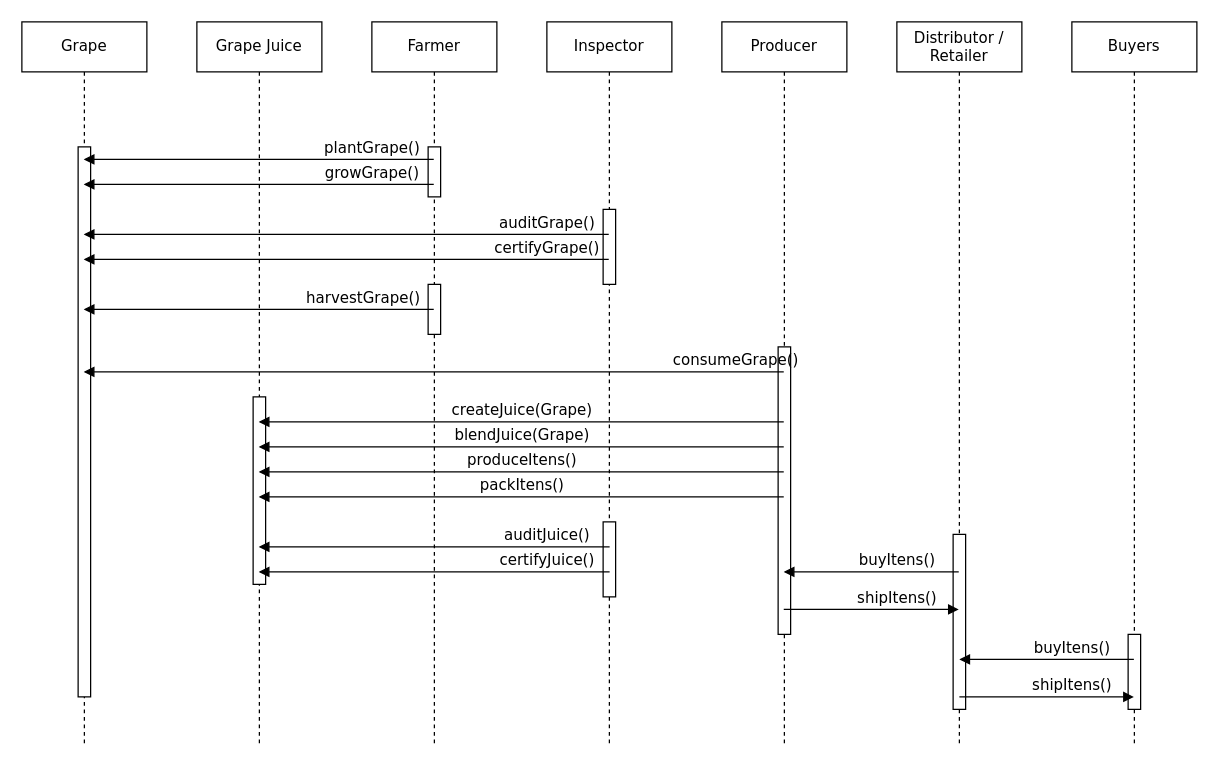
lucribas/udacity-blockchaindev-nanodegree keeps this draw.io diagram as project_3_Dapp_Supply_Chain/docs/uml_sequence.drawio. Above is the earlier version. Source tidied: cells renumbered, new cells numbered last; positions are measured from the earlier drawing's top-left corner, leaving out a move shared by most shapes. Both pictures are drawn from the tidied source at 125%, with x=0, y=0 at pixel (21, 21).
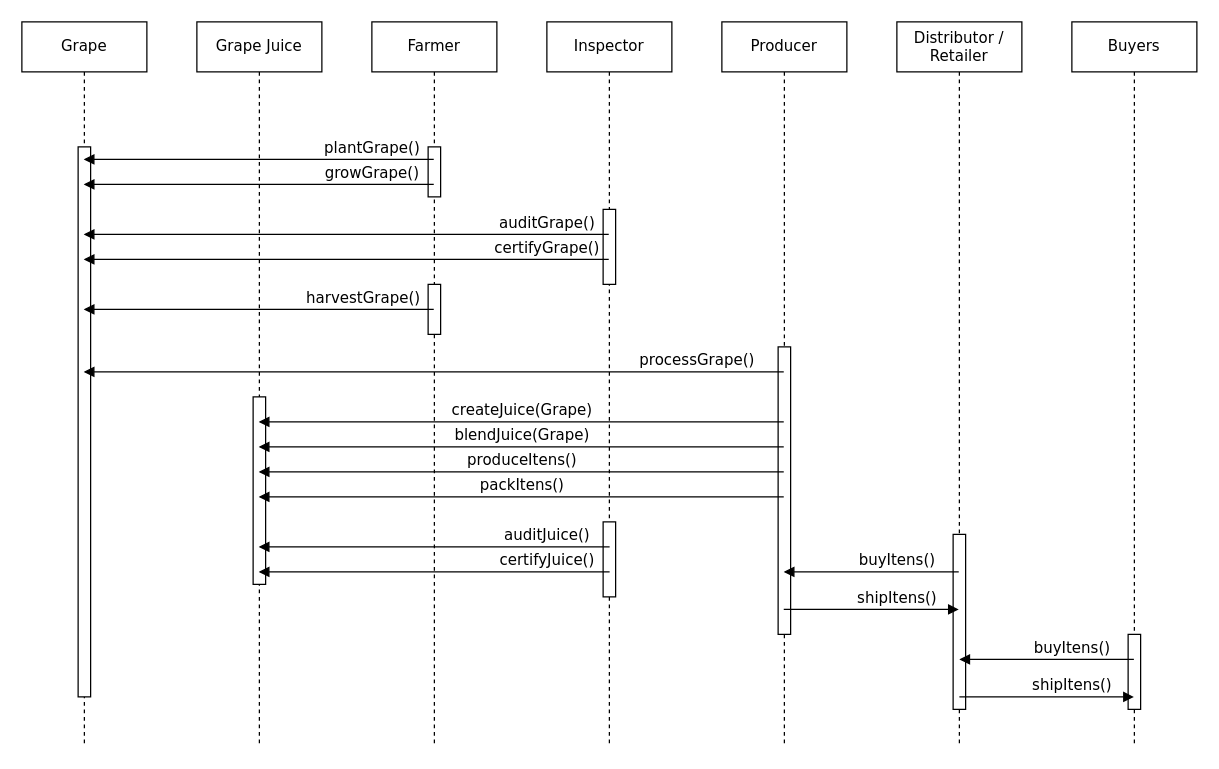
The same page after the edit.

Commit message (it also covers changes not shown here):
[Dapp Supply Chain] fixed UML diagrams

Unchanged cells that the change refers to:
```xml
<mxCell id="8" value="Grape" style="shape=umlLifeline;perimeter=lifelinePerimeter;whiteSpace=wrap;html=1;outlineConnect=0;rounded=0;shadow=0;comic=0;labelBackgroundColor=none;strokeWidth=1;fontFamily=Verdana;fontSize=12;align=center;" parent="1" vertex="1">
  <mxGeometry width="100" height="580" as="geometry" />
</mxCell>
<mxCell id="19" value="Producer" style="shape=umlLifeline;perimeter=lifelinePerimeter;whiteSpace=wrap;html=1;outlineConnect=0;rounded=0;shadow=0;comic=0;labelBackgroundColor=none;strokeWidth=1;fontFamily=Verdana;fontSize=12;align=center;" parent="1" vertex="1">
  <mxGeometry x="560" width="100" height="580" as="geometry" />
</mxCell>
```

Diff of the diagram source:
```diff
@@
-    <mxCell id="21" value="consumeGrape()" style="html=1;verticalAlign=bottom;endArrow=none;labelBackgroundColor=none;fontFamily=Verdana;fontSize=12;edgeStyle=elbowEdgeStyle;elbow=vertical;endFill=0;startArrow=block;startFill=1;" parent="1" edge="1" source="8" target="19">
-      <mxGeometry x="0.86" relative="1" as="geometry">
+    <mxCell id="21" value="processGrape()" style="html=1;verticalAlign=bottom;endArrow=none;labelBackgroundColor=none;fontFamily=Verdana;fontSize=12;edgeStyle=elbowEdgeStyle;elbow=vertical;endFill=0;startArrow=block;startFill=1;" parent="1" edge="1" source="8" target="19">
+      <mxGeometry x="0.75" relative="1" as="geometry">
         <Array as="points">
           <mxPoint x="330" y="280" />
           <mxPoint x="145" y="290.1" />
         </Array>
       </mxGeometry>
     </mxCell>
```
